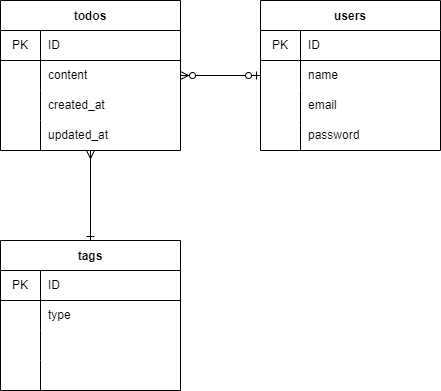
Atsuko-Yamamoto/20221003yamamoto keeps this draw.io diagram as public/img/todo_er.png. Above is the earlier version. Source tidied: cells renumbered, new cells last; positions are measured from the earlier drawing's top-left corner, leaving out a move shared by most shapes.
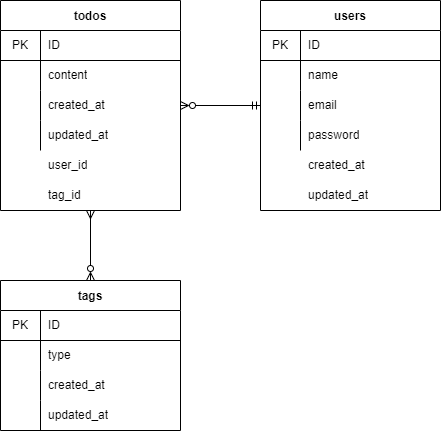
The same file after the commit.

Change to the diagram source:
```diff
@@ -1,15 +1,15 @@
-<mxGraphModel>
+<mxGraphModel background="#FFFFFF">
   <root>
     <mxCell id="0" />
     <mxCell id="1" parent="0" />
-    <mxCell id="2" style="edgeStyle=none;html=1;endArrow=ERzeroToOne;endFill=0;startArrow=ERzeroToMany;startFill=0;" parent="1" edge="1" source="4" target="17">
+    <mxCell id="2" style="edgeStyle=none;html=1;endArrow=ERmandOne;endFill=0;startArrow=ERzeroToMany;startFill=0;" parent="1" edge="1" source="4" target="17">
       <mxGeometry relative="1" as="geometry" />
     </mxCell>
-    <mxCell id="3" style="edgeStyle=none;html=1;endArrow=ERone;endFill=0;startArrow=ERmany;startFill=0;" parent="1" edge="1" source="4" target="30">
+    <mxCell id="3" style="edgeStyle=none;html=1;endArrow=ERzeroToMany;endFill=0;startArrow=ERmany;startFill=0;" parent="1" edge="1" source="4" target="30">
       <mxGeometry relative="1" as="geometry" />
     </mxCell>
     <mxCell id="4" value="todos" style="shape=table;startSize=30;rowLines=0;fontStyle=1;align=center;swimlaneFillColor=default;" parent="1" vertex="1">
-      <mxGeometry width="180" height="150" as="geometry" />
+      <mxGeometry width="180" height="210" as="geometry" />
     </mxCell>
     <mxCell id="5" style="shape=partialRectangle;html=1;whiteSpace=wrap;fillColor=none;top=0;left=0;bottom=1;right=0;" parent="4" vertex="1">
       <mxGeometry y="30" width="180" height="30" as="geometry" />
@@ -47,8 +47,8 @@
     <mxCell id="16" value="updated_at" style="shape=partialRectangle;html=1;whiteSpace=wrap;fillColor=none;top=0;left=0;bottom=0;right=0;align=left;spacingLeft=6;overflow=hidden;" parent="14" vertex="1">
       <mxGeometry x="40" width="140" height="30" as="geometry" />
     </mxCell>
-    <mxCell id="17" value="users" style="shape=table;startSize=30;rowLines=0;fontStyle=1;align=center;swimlaneFillColor=default;" parent="1" vertex="1">
-      <mxGeometry x="260" width="180" height="150" as="geometry" />
+    <mxCell id="17" value="users" style="shape=table;startSize=30;rowLines=0;fontStyle=1;align=center;swimlaneFillColor=default;fillColor=default;" parent="1" vertex="1">
+      <mxGeometry x="260" width="180" height="210" as="geometry" />
     </mxCell>
     <mxCell id="18" style="shape=partialRectangle;html=1;whiteSpace=wrap;fillColor=none;top=0;left=0;bottom=1;right=0;" parent="17" vertex="1">
       <mxGeometry y="30" width="180" height="30" as="geometry" />
@@ -87,7 +87,7 @@
       <mxGeometry x="40" width="140" height="30" as="geometry" />
     </mxCell>
     <mxCell id="30" value="tags" style="shape=table;startSize=30;rowLines=0;fontStyle=1;align=center;swimlaneFillColor=default;" parent="1" vertex="1">
-      <mxGeometry y="240" width="180" height="150" as="geometry" />
+      <mxGeometry y="280" width="180" height="150" as="geometry" />
     </mxCell>
     <mxCell id="31" style="shape=partialRectangle;html=1;whiteSpace=wrap;fillColor=none;top=0;left=0;bottom=1;right=0;" parent="30" vertex="1">
       <mxGeometry y="30" width="180" height="30" as="geometry" />
@@ -125,5 +125,26 @@
     <mxCell id="42" style="shape=partialRectangle;html=1;whiteSpace=wrap;fillColor=none;top=0;left=0;bottom=0;right=0;align=left;spacingLeft=6;overflow=hidden;" parent="40" vertex="1">
       <mxGeometry x="40" width="140" height="30" as="geometry" />
     </mxCell>
+    <mxCell id="43" style="shape=partialRectangle;html=1;whiteSpace=wrap;fillColor=none;top=0;left=0;bottom=0;right=0;overflow=hidden;" parent="1" vertex="1">
+      <mxGeometry x="260" y="150" width="40" height="30" as="geometry" />
+    </mxCell>
+    <mxCell id="44" value="created_at" style="shape=partialRectangle;html=1;whiteSpace=wrap;fillColor=none;top=0;left=0;bottom=0;right=0;align=left;spacingLeft=6;overflow=hidden;" parent="1" vertex="1">
+      <mxGeometry x="300" y="150" width="140" height="30" as="geometry" />
+    </mxCell>
+    <mxCell id="45" value="updated_at" style="shape=partialRectangle;html=1;whiteSpace=wrap;fillColor=none;top=0;left=0;bottom=0;right=0;align=left;spacingLeft=6;overflow=hidden;" parent="1" vertex="1">
+      <mxGeometry x="300" y="180" width="140" height="30" as="geometry" />
+    </mxCell>
+    <mxCell id="46" value="created_at" style="shape=partialRectangle;html=1;whiteSpace=wrap;fillColor=none;top=0;left=0;bottom=0;right=0;align=left;spacingLeft=6;overflow=hidden;" parent="1" vertex="1">
+      <mxGeometry x="40" y="370" width="140" height="30" as="geometry" />
+    </mxCell>
+    <mxCell id="47" value="updated_at" style="shape=partialRectangle;html=1;whiteSpace=wrap;fillColor=none;top=0;left=0;bottom=0;right=0;align=left;spacingLeft=6;overflow=hidden;" parent="1" vertex="1">
+      <mxGeometry x="40" y="400" width="140" height="30" as="geometry" />
+    </mxCell>
+    <mxCell id="48" value="user_id" style="shape=partialRectangle;html=1;whiteSpace=wrap;fillColor=none;top=0;left=0;bottom=0;right=0;align=left;spacingLeft=6;overflow=hidden;" parent="1" vertex="1">
+      <mxGeometry x="40" y="150" width="140" height="30" as="geometry" />
+    </mxCell>
+    <mxCell id="49" value="tag_id" style="shape=partialRectangle;html=1;whiteSpace=wrap;fillColor=none;top=0;left=0;bottom=0;right=0;align=left;spacingLeft=6;overflow=hidden;" parent="1" vertex="1">
+      <mxGeometry x="40" y="180" width="140" height="30" as="geometry" />
+    </mxCell>
   </root>
 </mxGraphModel>
```
